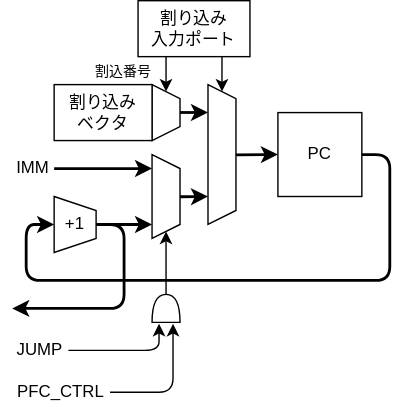
This is Lab/Computer/RK16/01_Architecture/img/pfc.dio.svg from amane-uehara/kanade-k-1228.github.io, a draw.io export, as it was before one commit. Source tidied: cells renumbered, new cells last; positions are measured from the earlier drawing's top-left corner, leaving out a move shared by most shapes.
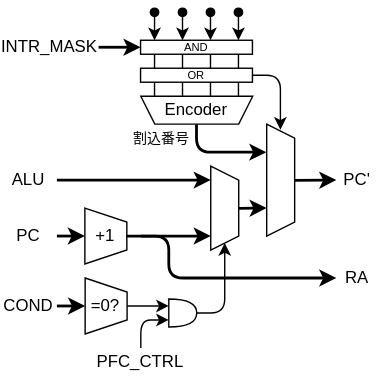
Above is the later version.

What changed in the source:
```diff
@@ -3,128 +3,218 @@
     <mxCell id="0" />
     <mxCell id="1" parent="0" />
     <mxCell id="2" style="shape=trapezoid;perimeter=trapezoidPerimeter;whiteSpace=wrap;html=1;fixedSize=1;direction=south;size=10;" parent="1" vertex="1">
-      <mxGeometry x="140" y="60" width="20" height="100" as="geometry" />
+      <mxGeometry x="230.2" y="80" width="20" height="80" as="geometry" />
     </mxCell>
-    <mxCell id="3" style="shape=trapezoid;perimeter=trapezoidPerimeter;whiteSpace=wrap;html=1;fixedSize=1;direction=south;size=10;" parent="1" vertex="1">
-      <mxGeometry x="100" y="60" width="20" height="40" as="geometry" />
-    </mxCell>
-    <mxCell id="4" value="割り込み&lt;br&gt;ベクタ" style="rounded=0;whiteSpace=wrap;html=1;" parent="1" vertex="1">
-      <mxGeometry x="30" y="60" width="70" height="40" as="geometry" />
-    </mxCell>
-    <mxCell id="5" style="endArrow=classic;html=1;" parent="1" edge="1">
-      <mxGeometry relative="1" as="geometry">
-        <mxPoint x="110" y="40" as="sourcePoint" />
-        <mxPoint x="110" y="65" as="targetPoint" />
-      </mxGeometry>
-    </mxCell>
-    <mxCell id="6" value="割り込み&lt;br&gt;入力ポート" style="rounded=0;whiteSpace=wrap;html=1;" parent="1" vertex="1">
-      <mxGeometry x="90" width="80" height="40" as="geometry" />
+    <mxCell id="6" value="AND" style="rounded=0;whiteSpace=wrap;html=1;fontSize=8;" parent="1" vertex="1">
+      <mxGeometry x="140" y="20" width="80" height="10" as="geometry" />
     </mxCell>
     <mxCell id="7" style="endArrow=classic;html=1;" parent="1" edge="1">
       <mxGeometry relative="1" as="geometry">
-        <mxPoint x="150" y="40" as="sourcePoint" />
-        <mxPoint x="150" y="65" as="targetPoint" />
+        <mxPoint x="220" y="45" as="sourcePoint" />
+        <mxPoint x="240" y="84" as="targetPoint" />
+        <Array as="points">
+          <mxPoint x="240" y="45" />
+        </Array>
       </mxGeometry>
     </mxCell>
     <mxCell id="8" style="endArrow=classic;html=1;strokeWidth=2;" parent="1" edge="1">
       <mxGeometry relative="1" as="geometry">
-        <mxPoint x="120" y="79.9" as="sourcePoint" />
-        <mxPoint x="140" y="79.9" as="targetPoint" />
+        <mxPoint x="180" y="80" as="sourcePoint" />
+        <mxPoint x="230" y="100" as="targetPoint" />
+        <Array as="points">
+          <mxPoint x="180" y="100" />
+        </Array>
       </mxGeometry>
     </mxCell>
     <mxCell id="9" style="endArrow=classic;html=1;strokeWidth=2;" parent="1" edge="1">
       <mxGeometry relative="1" as="geometry">
-        <mxPoint x="120" y="140.2" as="sourcePoint" />
-        <mxPoint x="140" y="140" as="targetPoint" />
+        <mxPoint x="210.2" y="140.2" as="sourcePoint" />
+        <mxPoint x="230.2" y="140" as="targetPoint" />
       </mxGeometry>
     </mxCell>
     <mxCell id="10" style="endArrow=classic;html=1;strokeWidth=2;" parent="1" edge="1">
       <mxGeometry relative="1" as="geometry">
-        <mxPoint x="160" y="110.2" as="sourcePoint" />
-        <mxPoint x="190" y="110" as="targetPoint" />
+        <mxPoint x="250" y="120.2" as="sourcePoint" />
+        <mxPoint x="280" y="120" as="targetPoint" />
       </mxGeometry>
     </mxCell>
-    <mxCell id="11" value="IMM" style="text;html=1;strokeColor=none;fillColor=none;align=center;verticalAlign=middle;whiteSpace=wrap;rounded=0;" parent="1" vertex="1">
-      <mxGeometry y="110" width="30" height="20" as="geometry" />
+    <mxCell id="11" value="ALU" style="text;html=1;strokeColor=none;fillColor=none;align=center;verticalAlign=middle;whiteSpace=wrap;rounded=0;" parent="1" vertex="1">
+      <mxGeometry x="40" y="110" width="40.2" height="20" as="geometry" />
     </mxCell>
     <mxCell id="12" value="PFC_CTRL" style="text;html=1;strokeColor=none;fillColor=none;align=center;verticalAlign=middle;whiteSpace=wrap;rounded=0;" parent="1" vertex="1">
-      <mxGeometry y="270" width="70" height="20" as="geometry" />
+      <mxGeometry x="110.2" y="240" width="60" height="20" as="geometry" />
     </mxCell>
     <mxCell id="13" style="shape=trapezoid;perimeter=trapezoidPerimeter;whiteSpace=wrap;html=1;fixedSize=1;direction=south;size=10;" parent="1" vertex="1">
-      <mxGeometry x="100" y="110" width="20" height="60" as="geometry" />
+      <mxGeometry x="190.2" y="110" width="20" height="60" as="geometry" />
     </mxCell>
     <mxCell id="14" style="endArrow=classic;html=1;strokeWidth=2;" parent="1" edge="1">
       <mxGeometry relative="1" as="geometry">
-        <mxPoint x="30" y="120.1" as="sourcePoint" />
-        <mxPoint x="100" y="120" as="targetPoint" />
+        <mxPoint x="80.2" y="120" as="sourcePoint" />
+        <mxPoint x="190.2" y="120" as="targetPoint" />
       </mxGeometry>
     </mxCell>
-    <mxCell id="15" value="PC" style="rounded=0;whiteSpace=wrap;html=1;" parent="1" vertex="1">
-      <mxGeometry x="190" y="80" width="60" height="60" as="geometry" />
-    </mxCell>
-    <mxCell id="16" style="endArrow=classic;html=1;strokeWidth=2;" parent="1" edge="1">
-      <mxGeometry relative="1" as="geometry">
-        <mxPoint x="250" y="110" as="sourcePoint" />
-        <mxPoint x="30" y="160" as="targetPoint" />
-        <Array as="points">
-          <mxPoint x="270" y="110" />
-          <mxPoint x="270" y="200" />
-          <mxPoint x="10" y="200" />
-          <mxPoint x="10" y="160" />
-        </Array>
-      </mxGeometry>
-    </mxCell>
     <mxCell id="17" value="割込番号" style="text;html=1;strokeColor=none;fillColor=none;align=center;verticalAlign=middle;whiteSpace=wrap;rounded=0;fontSize=10;" parent="1" vertex="1">
-      <mxGeometry x="50" y="40" width="60" height="20" as="geometry" />
+      <mxGeometry x="130" y="80" width="50.4" height="20" as="geometry" />
     </mxCell>
     <mxCell id="18" style="endArrow=classic;html=1;fontSize=10;" parent="1" edge="1">
       <mxGeometry relative="1" as="geometry">
-        <mxPoint x="110" y="210" as="sourcePoint" />
-        <mxPoint x="110" y="165" as="targetPoint" />
+        <mxPoint x="180.2" y="215" as="sourcePoint" />
+        <mxPoint x="200.2" y="165" as="targetPoint" />
+        <Array as="points">
+          <mxPoint x="200.2" y="215" />
+        </Array>
       </mxGeometry>
     </mxCell>
     <mxCell id="19" value="+1" style="shape=trapezoid;perimeter=trapezoidPerimeter;whiteSpace=wrap;html=1;fixedSize=1;direction=south;size=10;" parent="1" vertex="1">
-      <mxGeometry x="30" y="140" width="30" height="40" as="geometry" />
+      <mxGeometry x="100.2" y="140" width="30" height="40" as="geometry" />
     </mxCell>
     <mxCell id="20" style="endArrow=classic;html=1;strokeWidth=2;" parent="1" edge="1">
       <mxGeometry relative="1" as="geometry">
-        <mxPoint x="60" y="160" as="sourcePoint" />
-        <mxPoint x="100" y="160" as="targetPoint" />
+        <mxPoint x="130" y="160" as="sourcePoint" />
+        <mxPoint x="190.2" y="160" as="targetPoint" />
       </mxGeometry>
     </mxCell>
-    <mxCell id="21" value="JUMP" style="text;html=1;strokeColor=none;fillColor=none;align=center;verticalAlign=middle;whiteSpace=wrap;rounded=0;" parent="1" vertex="1">
-      <mxGeometry x="0.2" y="240" width="40" height="20" as="geometry" />
-    </mxCell>
-    <mxCell id="22" style="shape=or;whiteSpace=wrap;html=1;fontSize=5;direction=north;" parent="1" vertex="1">
-      <mxGeometry x="100" y="210" width="20" height="20" as="geometry" />
+    <mxCell id="22" style="shape=or;whiteSpace=wrap;html=1;fontSize=5;direction=east;" parent="1" vertex="1">
+      <mxGeometry x="160.2" y="205" width="20" height="20" as="geometry" />
     </mxCell>
     <mxCell id="23" style="endArrow=classic;html=1;fontSize=10;" parent="1" edge="1">
       <mxGeometry relative="1" as="geometry">
-        <mxPoint x="40.2" y="250" as="sourcePoint" />
-        <mxPoint x="105" y="231" as="targetPoint" />
-        <Array as="points">
-          <mxPoint x="105" y="250" />
-        </Array>
+        <mxPoint x="130.2" y="210" as="sourcePoint" />
+        <mxPoint x="160.2" y="210" as="targetPoint" />
       </mxGeometry>
     </mxCell>
     <mxCell id="24" style="endArrow=classic;html=1;fontSize=10;" parent="1" edge="1">
       <mxGeometry relative="1" as="geometry">
-        <mxPoint x="70" y="280" as="sourcePoint" />
-        <mxPoint x="115" y="231" as="targetPoint" />
+        <mxPoint x="140.2" y="240" as="sourcePoint" />
+        <mxPoint x="160.2" y="220" as="targetPoint" />
         <Array as="points">
-          <mxPoint x="115" y="280" />
+          <mxPoint x="140.2" y="220" />
         </Array>
       </mxGeometry>
     </mxCell>
     <mxCell id="25" style="endArrow=classic;html=1;strokeWidth=2;" parent="1" edge="1">
       <mxGeometry relative="1" as="geometry">
-        <mxPoint x="60" y="160" as="sourcePoint" />
-        <mxPoint y="220" as="targetPoint" />
+        <mxPoint x="140.2" y="160" as="sourcePoint" />
+        <mxPoint x="280" y="190" as="targetPoint" />
         <Array as="points">
-          <mxPoint x="80" y="160" />
-          <mxPoint x="80" y="220" />
+          <mxPoint x="160.2" y="160" />
+          <mxPoint x="160.2" y="190" />
         </Array>
       </mxGeometry>
     </mxCell>
+    <mxCell id="26" value="RA" style="text;html=1;strokeColor=none;fillColor=none;align=center;verticalAlign=middle;whiteSpace=wrap;rounded=0;" parent="1" vertex="1">
+      <mxGeometry x="280" y="180" width="30" height="20" as="geometry" />
+    </mxCell>
+    <mxCell id="27" value="PC'" style="text;html=1;strokeColor=none;fillColor=none;align=center;verticalAlign=middle;whiteSpace=wrap;rounded=0;" parent="1" vertex="1">
+      <mxGeometry x="280" y="110" width="30" height="20" as="geometry" />
+    </mxCell>
+    <mxCell id="15" value="PC" style="text;html=1;strokeColor=none;fillColor=none;align=center;verticalAlign=middle;whiteSpace=wrap;rounded=0;" parent="1" vertex="1">
+      <mxGeometry x="40.2" y="150" width="40" height="20" as="geometry" />
+    </mxCell>
+    <mxCell id="28" style="endArrow=classic;html=1;strokeWidth=2;" parent="1" edge="1">
+      <mxGeometry relative="1" as="geometry">
+        <mxPoint x="80.2" y="160" as="sourcePoint" />
+        <mxPoint x="100.2" y="160" as="targetPoint" />
+      </mxGeometry>
+    </mxCell>
+    <mxCell id="29" value="=0?" style="shape=trapezoid;perimeter=trapezoidPerimeter;whiteSpace=wrap;html=1;fixedSize=1;direction=south;size=10;" parent="1" vertex="1">
+      <mxGeometry x="100.4" y="190" width="30" height="40" as="geometry" />
+    </mxCell>
+    <mxCell id="30" value="COND" style="text;html=1;strokeColor=none;fillColor=none;align=center;verticalAlign=middle;whiteSpace=wrap;rounded=0;" parent="1" vertex="1">
+      <mxGeometry x="40.2" y="200" width="40.2" height="20" as="geometry" />
+    </mxCell>
+    <mxCell id="31" style="endArrow=classic;html=1;strokeWidth=2;" parent="1" edge="1">
+      <mxGeometry relative="1" as="geometry">
+        <mxPoint x="80.2" y="210" as="sourcePoint" />
+        <mxPoint x="100.4" y="210" as="targetPoint" />
+      </mxGeometry>
+    </mxCell>
+    <mxCell id="32" style="endArrow=classic;html=1;fontSize=25;startArrow=oval;startFill=1;" parent="1" edge="1">
+      <mxGeometry relative="1" as="geometry">
+        <mxPoint x="170" as="sourcePoint" />
+        <mxPoint x="170" y="20" as="targetPoint" />
+      </mxGeometry>
+    </mxCell>
+    <mxCell id="33" style="endArrow=classic;html=1;fontSize=25;startArrow=oval;startFill=1;" parent="1" edge="1">
+      <mxGeometry relative="1" as="geometry">
+        <mxPoint x="150" as="sourcePoint" />
+        <mxPoint x="150" y="20" as="targetPoint" />
+      </mxGeometry>
+    </mxCell>
+    <mxCell id="34" value="Encoder" style="shape=trapezoid;perimeter=trapezoidPerimeter;whiteSpace=wrap;html=1;fixedSize=1;direction=west;size=10;" parent="1" vertex="1">
+      <mxGeometry x="140.2" y="60" width="80" height="20" as="geometry" />
+    </mxCell>
+    <mxCell id="35" style="endArrow=classic;html=1;fontSize=25;startArrow=oval;startFill=1;" parent="1" edge="1">
+      <mxGeometry relative="1" as="geometry">
+        <mxPoint x="190" as="sourcePoint" />
+        <mxPoint x="190" y="20" as="targetPoint" />
+      </mxGeometry>
+    </mxCell>
+    <mxCell id="36" style="endArrow=classic;html=1;fontSize=25;startArrow=oval;startFill=1;" parent="1" edge="1">
+      <mxGeometry relative="1" as="geometry">
+        <mxPoint x="210" as="sourcePoint" />
+        <mxPoint x="210" y="20" as="targetPoint" />
+      </mxGeometry>
+    </mxCell>
+    <mxCell id="37" value="OR" style="rounded=0;whiteSpace=wrap;html=1;fontSize=8;" parent="1" vertex="1">
+      <mxGeometry x="140" y="40" width="80" height="10" as="geometry" />
+    </mxCell>
+    <mxCell id="38" value="INTR_MASK" style="text;html=1;strokeColor=none;fillColor=none;align=center;verticalAlign=middle;whiteSpace=wrap;rounded=0;" parent="1" vertex="1">
+      <mxGeometry x="40" y="20" width="70.2" height="10" as="geometry" />
+    </mxCell>
+    <mxCell id="39" style="endArrow=classic;html=1;strokeWidth=2;" parent="1" edge="1">
+      <mxGeometry relative="1" as="geometry">
+        <mxPoint x="110" y="25" as="sourcePoint" />
+        <mxPoint x="140" y="25" as="targetPoint" />
+      </mxGeometry>
+    </mxCell>
+    <mxCell id="40" style="endArrow=none;html=1;fontSize=8;" parent="1" edge="1">
+      <mxGeometry relative="1" as="geometry">
+        <mxPoint x="190" y="40" as="sourcePoint" />
+        <mxPoint x="190" y="30" as="targetPoint" />
+      </mxGeometry>
+    </mxCell>
+    <mxCell id="41" style="endArrow=none;html=1;fontSize=8;" parent="1" edge="1">
+      <mxGeometry relative="1" as="geometry">
+        <mxPoint x="210" y="40" as="sourcePoint" />
+        <mxPoint x="210" y="30" as="targetPoint" />
+      </mxGeometry>
+    </mxCell>
+    <mxCell id="42" style="endArrow=none;html=1;fontSize=8;" parent="1" edge="1">
+      <mxGeometry relative="1" as="geometry">
+        <mxPoint x="150" y="40" as="sourcePoint" />
+        <mxPoint x="150" y="30" as="targetPoint" />
+      </mxGeometry>
+    </mxCell>
+    <mxCell id="43" style="endArrow=none;html=1;fontSize=8;" parent="1" edge="1">
+      <mxGeometry relative="1" as="geometry">
+        <mxPoint x="170" y="40" as="sourcePoint" />
+        <mxPoint x="170" y="30" as="targetPoint" />
+      </mxGeometry>
+    </mxCell>
+    <mxCell id="44" style="endArrow=none;html=1;fontSize=8;" parent="1" edge="1">
+      <mxGeometry relative="1" as="geometry">
+        <mxPoint x="190" y="60" as="sourcePoint" />
+        <mxPoint x="190" y="50" as="targetPoint" />
+      </mxGeometry>
+    </mxCell>
+    <mxCell id="45" style="endArrow=none;html=1;fontSize=8;" parent="1" edge="1">
+      <mxGeometry relative="1" as="geometry">
+        <mxPoint x="210" y="60" as="sourcePoint" />
+        <mxPoint x="210" y="50" as="targetPoint" />
+      </mxGeometry>
+    </mxCell>
+    <mxCell id="46" style="endArrow=none;html=1;fontSize=8;" parent="1" edge="1">
+      <mxGeometry relative="1" as="geometry">
+        <mxPoint x="150" y="60" as="sourcePoint" />
+        <mxPoint x="150" y="50" as="targetPoint" />
+      </mxGeometry>
+    </mxCell>
+    <mxCell id="47" style="endArrow=none;html=1;fontSize=8;" parent="1" edge="1">
+      <mxGeometry relative="1" as="geometry">
+        <mxPoint x="170" y="60" as="sourcePoint" />
+        <mxPoint x="170" y="50" as="targetPoint" />
+      </mxGeometry>
+    </mxCell>
   </root>
 </mxGraphModel>
```
